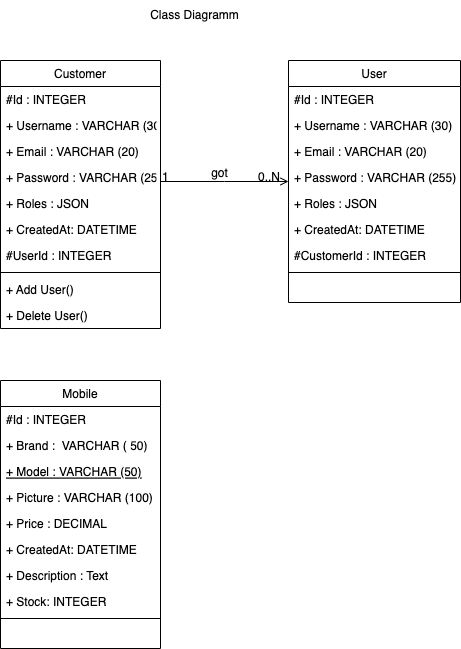
Before: _UML/Diagramme_de_classe_BileMo.drawio.png, a diagram exported from draw.io (Fossette7/bilemo). Source tidied: cells renumbered, new cells last; positions are measured from the earlier drawing's top-left corner, leaving out a move shared by most shapes. Its diagram source:
```xml
<mxGraphModel>
  <root>
    <mxCell id="0" />
    <mxCell id="1" parent="0" />
    <mxCell id="2" value="Customer" style="swimlane;fontStyle=0;align=center;verticalAlign=top;horizontal=1;startSize=26;rounded=0;shadow=0;strokeWidth=1;" parent="1" vertex="1">
      <mxGeometry y="60" width="160" height="268" as="geometry" />
    </mxCell>
    <mxCell id="3" value="#Id : INTEGER" style="text;align=left;verticalAlign=top;spacingLeft=4;spacingRight=4;overflow=hidden;" parent="2" vertex="1">
      <mxGeometry y="26" width="160" height="26" as="geometry" />
    </mxCell>
    <mxCell id="4" value="+ Username : VARCHAR (30)" style="text;align=left;verticalAlign=top;spacingLeft=4;spacingRight=4;overflow=hidden;rounded=0;shadow=0;html=0;" parent="2" vertex="1">
      <mxGeometry y="52" width="160" height="26" as="geometry" />
    </mxCell>
    <mxCell id="5" value="+ Email : VARCHAR (20)" style="text;align=left;verticalAlign=top;spacingLeft=4;spacingRight=4;overflow=hidden;rounded=0;shadow=0;html=0;" parent="2" vertex="1">
      <mxGeometry y="78" width="160" height="26" as="geometry" />
    </mxCell>
    <mxCell id="6" value="+ Password : VARCHAR (255)" style="text;align=left;verticalAlign=top;spacingLeft=4;spacingRight=4;overflow=hidden;" parent="2" vertex="1">
      <mxGeometry y="104" width="160" height="26" as="geometry" />
    </mxCell>
    <mxCell id="7" value="+ Roles : JSON" style="text;align=left;verticalAlign=top;spacingLeft=4;spacingRight=4;overflow=hidden;" parent="2" vertex="1">
      <mxGeometry y="130" width="160" height="26" as="geometry" />
    </mxCell>
    <mxCell id="8" value="+ CreatedAt: DATETIME" style="text;align=left;verticalAlign=top;spacingLeft=4;spacingRight=4;overflow=hidden;" parent="2" vertex="1">
      <mxGeometry y="156" width="160" height="26" as="geometry" />
    </mxCell>
    <mxCell id="9" value="#UserId : INTEGER" style="text;align=left;verticalAlign=top;spacingLeft=4;spacingRight=4;overflow=hidden;" parent="2" vertex="1">
      <mxGeometry y="182" width="160" height="26" as="geometry" />
    </mxCell>
    <mxCell id="10" style="line;html=1;strokeWidth=1;align=left;verticalAlign=middle;spacingTop=-1;spacingLeft=3;spacingRight=3;labelPosition=right;" parent="2" vertex="1">
      <mxGeometry y="208" width="160" height="8" as="geometry" />
    </mxCell>
    <mxCell id="11" value="+ Add User()" style="text;align=left;verticalAlign=top;spacingLeft=4;spacingRight=4;overflow=hidden;" parent="2" vertex="1">
      <mxGeometry y="216" width="160" height="26" as="geometry" />
    </mxCell>
    <mxCell id="12" value="+ Delete User()" style="text;align=left;verticalAlign=top;spacingLeft=4;spacingRight=4;overflow=hidden;" parent="2" vertex="1">
      <mxGeometry y="242" width="160" height="26" as="geometry" />
    </mxCell>
    <mxCell id="13" value="Mobile" style="swimlane;fontStyle=0;align=center;verticalAlign=top;horizontal=1;startSize=26;rounded=0;shadow=0;strokeWidth=1;" parent="1" vertex="1">
      <mxGeometry y="380" width="160" height="268" as="geometry" />
    </mxCell>
    <mxCell id="14" value="#Id : INTEGER" style="text;align=left;verticalAlign=top;spacingLeft=4;spacingRight=4;overflow=hidden;" parent="13" vertex="1">
      <mxGeometry y="26" width="160" height="26" as="geometry" />
    </mxCell>
    <mxCell id="15" value="+ Brand :  VARCHAR ( 50)" style="text;align=left;verticalAlign=top;spacingLeft=4;spacingRight=4;overflow=hidden;rounded=0;shadow=0;html=0;" parent="13" vertex="1">
      <mxGeometry y="52" width="160" height="26" as="geometry" />
    </mxCell>
    <mxCell id="16" value="+ Model : VARCHAR (50)" style="text;align=left;verticalAlign=top;spacingLeft=4;spacingRight=4;overflow=hidden;fontStyle=4;" parent="13" vertex="1">
      <mxGeometry y="78" width="160" height="26" as="geometry" />
    </mxCell>
    <mxCell id="17" value="+ Picture : VARCHAR (100)" style="text;align=left;verticalAlign=top;spacingLeft=4;spacingRight=4;overflow=hidden;" parent="13" vertex="1">
      <mxGeometry y="104" width="160" height="26" as="geometry" />
    </mxCell>
    <mxCell id="18" value="+ Price : DECIMAL" style="text;align=left;verticalAlign=top;spacingLeft=4;spacingRight=4;overflow=hidden;rounded=0;shadow=0;html=0;" parent="13" vertex="1">
      <mxGeometry y="130" width="160" height="26" as="geometry" />
    </mxCell>
    <mxCell id="19" value="+ CreatedAt: DATETIME" style="text;align=left;verticalAlign=top;spacingLeft=4;spacingRight=4;overflow=hidden;" parent="13" vertex="1">
      <mxGeometry y="156" width="160" height="26" as="geometry" />
    </mxCell>
    <mxCell id="20" value="+ Description : Text" style="text;align=left;verticalAlign=top;spacingLeft=4;spacingRight=4;overflow=hidden;" parent="13" vertex="1">
      <mxGeometry y="182" width="160" height="26" as="geometry" />
    </mxCell>
    <mxCell id="21" value="+ Stock: INTEGER" style="text;align=left;verticalAlign=top;spacingLeft=4;spacingRight=4;overflow=hidden;" parent="13" vertex="1">
      <mxGeometry y="208" width="160" height="26" as="geometry" />
    </mxCell>
    <mxCell id="22" value="&lt;br&gt;" style="line;html=1;strokeWidth=1;align=left;verticalAlign=middle;spacingTop=-1;spacingLeft=3;spacingRight=3;labelPosition=right;" parent="13" vertex="1">
      <mxGeometry y="234" width="160" height="8" as="geometry" />
    </mxCell>
    <mxCell id="23" value="User" style="swimlane;fontStyle=0;align=center;verticalAlign=top;horizontal=1;startSize=26;rounded=0;shadow=0;strokeWidth=1;" parent="1" vertex="1">
      <mxGeometry x="288" y="60" width="172" height="242" as="geometry" />
    </mxCell>
    <mxCell id="24" value="#Id : INTEGER" style="text;align=left;verticalAlign=top;spacingLeft=4;spacingRight=4;overflow=hidden;" parent="23" vertex="1">
      <mxGeometry y="26" width="172" height="26" as="geometry" />
    </mxCell>
    <mxCell id="25" value="+ Username : VARCHAR (30)" style="text;align=left;verticalAlign=top;spacingLeft=4;spacingRight=4;overflow=hidden;" parent="23" vertex="1">
      <mxGeometry y="52" width="172" height="26" as="geometry" />
    </mxCell>
    <mxCell id="26" value="+ Email : VARCHAR (20)" style="text;align=left;verticalAlign=top;spacingLeft=4;spacingRight=4;overflow=hidden;rounded=0;shadow=0;html=0;" parent="23" vertex="1">
      <mxGeometry y="78" width="172" height="26" as="geometry" />
    </mxCell>
    <mxCell id="27" value="+ Password : VARCHAR (255)" style="text;align=left;verticalAlign=top;spacingLeft=4;spacingRight=4;overflow=hidden;rounded=0;shadow=0;html=0;" parent="23" vertex="1">
      <mxGeometry y="104" width="172" height="26" as="geometry" />
    </mxCell>
    <mxCell id="28" value="+ Roles : JSON" style="text;align=left;verticalAlign=top;spacingLeft=4;spacingRight=4;overflow=hidden;rounded=0;shadow=0;html=0;" parent="23" vertex="1">
      <mxGeometry y="130" width="172" height="26" as="geometry" />
    </mxCell>
    <mxCell id="29" value="+ CreatedAt: DATETIME" style="text;align=left;verticalAlign=top;spacingLeft=4;spacingRight=4;overflow=hidden;rounded=0;shadow=0;html=0;" parent="23" vertex="1">
      <mxGeometry y="156" width="172" height="26" as="geometry" />
    </mxCell>
    <mxCell id="30" value="#CustomerId : INTEGER" style="text;align=left;verticalAlign=top;spacingLeft=4;spacingRight=4;overflow=hidden;rounded=0;shadow=0;html=0;" parent="23" vertex="1">
      <mxGeometry y="182" width="172" height="26" as="geometry" />
    </mxCell>
    <mxCell id="31" style="line;html=1;strokeWidth=1;align=left;verticalAlign=middle;spacingTop=-1;spacingLeft=3;spacingRight=3;labelPosition=right;" parent="23" vertex="1">
      <mxGeometry y="208" width="172" height="8" as="geometry" />
    </mxCell>
    <mxCell id="32" style="endArrow=open;shadow=0;strokeWidth=1;rounded=0;endFill=1;edgeStyle=elbowEdgeStyle;elbow=vertical;" parent="1" edge="1" source="2" target="23">
      <mxGeometry x="0.5" y="41" relative="1" as="geometry">
        <mxPoint x="-40" y="32" as="offset" />
      </mxGeometry>
    </mxCell>
    <mxCell id="33" value="1" style="align=left;verticalAlign=bottom;labelBackgroundColor=none;fontSize=12;" parent="32" vertex="1">
      <mxGeometry x="-1" relative="1" as="geometry">
        <mxPoint y="4" as="offset" />
      </mxGeometry>
    </mxCell>
    <mxCell id="34" value="0..N" style="align=right;verticalAlign=bottom;labelBackgroundColor=none;fontSize=12;" parent="32" vertex="1">
      <mxGeometry x="1" relative="1" as="geometry">
        <mxPoint x="-7" y="4" as="offset" />
      </mxGeometry>
    </mxCell>
    <mxCell id="35" value="got" style="text;html=1;align=center;verticalAlign=middle;labelBackgroundColor=none;rounded=0;shadow=0;strokeWidth=1;fontSize=12;" parent="32" vertex="1">
      <mxGeometry x="0.5" y="49" relative="1" as="geometry">
        <mxPoint x="-38" y="40" as="offset" />
      </mxGeometry>
    </mxCell>
    <mxCell id="36" value="Class Diagramm" style="text;html=1;align=center;verticalAlign=middle;strokeColor=none;fillColor=none;" parent="1" vertex="1">
      <mxGeometry x="139" width="110" height="30" as="geometry" />
    </mxCell>
  </root>
</mxGraphModel>
```
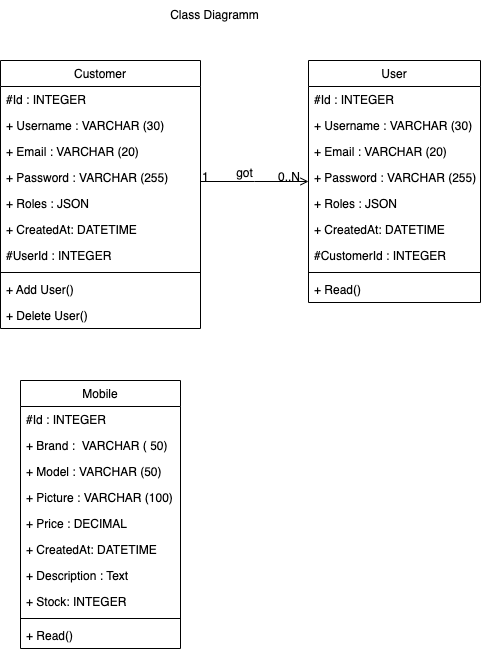
After the change.

What changed in the source:
```diff
@@ -3,37 +3,37 @@
     <mxCell id="0" />
     <mxCell id="1" parent="0" />
     <mxCell id="2" value="Customer" style="swimlane;fontStyle=0;align=center;verticalAlign=top;horizontal=1;startSize=26;rounded=0;shadow=0;strokeWidth=1;" parent="1" vertex="1">
-      <mxGeometry y="60" width="160" height="268" as="geometry" />
+      <mxGeometry x="-20" y="60" width="200" height="268" as="geometry" />
     </mxCell>
     <mxCell id="3" value="#Id : INTEGER" style="text;align=left;verticalAlign=top;spacingLeft=4;spacingRight=4;overflow=hidden;" parent="2" vertex="1">
-      <mxGeometry y="26" width="160" height="26" as="geometry" />
+      <mxGeometry y="26" width="200" height="26" as="geometry" />
     </mxCell>
     <mxCell id="4" value="+ Username : VARCHAR (30)" style="text;align=left;verticalAlign=top;spacingLeft=4;spacingRight=4;overflow=hidden;rounded=0;shadow=0;html=0;" parent="2" vertex="1">
-      <mxGeometry y="52" width="160" height="26" as="geometry" />
+      <mxGeometry y="52" width="200" height="26" as="geometry" />
     </mxCell>
     <mxCell id="5" value="+ Email : VARCHAR (20)" style="text;align=left;verticalAlign=top;spacingLeft=4;spacingRight=4;overflow=hidden;rounded=0;shadow=0;html=0;" parent="2" vertex="1">
-      <mxGeometry y="78" width="160" height="26" as="geometry" />
+      <mxGeometry y="78" width="200" height="26" as="geometry" />
     </mxCell>
     <mxCell id="6" value="+ Password : VARCHAR (255)" style="text;align=left;verticalAlign=top;spacingLeft=4;spacingRight=4;overflow=hidden;" parent="2" vertex="1">
-      <mxGeometry y="104" width="160" height="26" as="geometry" />
+      <mxGeometry y="104" width="200" height="26" as="geometry" />
     </mxCell>
     <mxCell id="7" value="+ Roles : JSON" style="text;align=left;verticalAlign=top;spacingLeft=4;spacingRight=4;overflow=hidden;" parent="2" vertex="1">
-      <mxGeometry y="130" width="160" height="26" as="geometry" />
+      <mxGeometry y="130" width="200" height="26" as="geometry" />
     </mxCell>
     <mxCell id="8" value="+ CreatedAt: DATETIME" style="text;align=left;verticalAlign=top;spacingLeft=4;spacingRight=4;overflow=hidden;" parent="2" vertex="1">
-      <mxGeometry y="156" width="160" height="26" as="geometry" />
+      <mxGeometry y="156" width="200" height="26" as="geometry" />
     </mxCell>
     <mxCell id="9" value="#UserId : INTEGER" style="text;align=left;verticalAlign=top;spacingLeft=4;spacingRight=4;overflow=hidden;" parent="2" vertex="1">
-      <mxGeometry y="182" width="160" height="26" as="geometry" />
+      <mxGeometry y="182" width="200" height="26" as="geometry" />
     </mxCell>
     <mxCell id="10" style="line;html=1;strokeWidth=1;align=left;verticalAlign=middle;spacingTop=-1;spacingLeft=3;spacingRight=3;labelPosition=right;" parent="2" vertex="1">
-      <mxGeometry y="208" width="160" height="8" as="geometry" />
+      <mxGeometry y="208" width="200" height="8" as="geometry" />
     </mxCell>
     <mxCell id="11" value="+ Add User()" style="text;align=left;verticalAlign=top;spacingLeft=4;spacingRight=4;overflow=hidden;" parent="2" vertex="1">
-      <mxGeometry y="216" width="160" height="26" as="geometry" />
+      <mxGeometry y="216" width="200" height="26" as="geometry" />
     </mxCell>
     <mxCell id="12" value="+ Delete User()" style="text;align=left;verticalAlign=top;spacingLeft=4;spacingRight=4;overflow=hidden;" parent="2" vertex="1">
-      <mxGeometry y="242" width="160" height="26" as="geometry" />
+      <mxGeometry y="242" width="200" height="26" as="geometry" />
     </mxCell>
     <mxCell id="13" value="Mobile" style="swimlane;fontStyle=0;align=center;verticalAlign=top;horizontal=1;startSize=26;rounded=0;shadow=0;strokeWidth=1;" parent="1" vertex="1">
       <mxGeometry y="380" width="160" height="268" as="geometry" />
@@ -44,7 +44,7 @@
     <mxCell id="15" value="+ Brand :  VARCHAR ( 50)" style="text;align=left;verticalAlign=top;spacingLeft=4;spacingRight=4;overflow=hidden;rounded=0;shadow=0;html=0;" parent="13" vertex="1">
       <mxGeometry y="52" width="160" height="26" as="geometry" />
     </mxCell>
-    <mxCell id="16" value="+ Model : VARCHAR (50)" style="text;align=left;verticalAlign=top;spacingLeft=4;spacingRight=4;overflow=hidden;fontStyle=4;" parent="13" vertex="1">
+    <mxCell id="16" value="+ Model : VARCHAR (50)" style="text;align=left;verticalAlign=top;spacingLeft=4;spacingRight=4;overflow=hidden;fontStyle=0;" parent="13" vertex="1">
       <mxGeometry y="78" width="160" height="26" as="geometry" />
     </mxCell>
     <mxCell id="17" value="+ Picture : VARCHAR (100)" style="text;align=left;verticalAlign=top;spacingLeft=4;spacingRight=4;overflow=hidden;" parent="13" vertex="1">
@@ -65,6 +65,9 @@
     <mxCell id="22" value="&lt;br&gt;" style="line;html=1;strokeWidth=1;align=left;verticalAlign=middle;spacingTop=-1;spacingLeft=3;spacingRight=3;labelPosition=right;" parent="13" vertex="1">
       <mxGeometry y="234" width="160" height="8" as="geometry" />
     </mxCell>
+    <mxCell id="37" value="+ Read()" style="text;align=left;verticalAlign=top;spacingLeft=4;spacingRight=4;overflow=hidden;" parent="13" vertex="1">
+      <mxGeometry y="242" width="160" height="26" as="geometry" />
+    </mxCell>
     <mxCell id="23" value="User" style="swimlane;fontStyle=0;align=center;verticalAlign=top;horizontal=1;startSize=26;rounded=0;shadow=0;strokeWidth=1;" parent="1" vertex="1">
       <mxGeometry x="288" y="60" width="172" height="242" as="geometry" />
     </mxCell>
@@ -92,6 +95,9 @@
     <mxCell id="31" style="line;html=1;strokeWidth=1;align=left;verticalAlign=middle;spacingTop=-1;spacingLeft=3;spacingRight=3;labelPosition=right;" parent="23" vertex="1">
       <mxGeometry y="208" width="172" height="8" as="geometry" />
     </mxCell>
+    <mxCell id="38" value="+ Read()" style="text;align=left;verticalAlign=top;spacingLeft=4;spacingRight=4;overflow=hidden;rounded=0;shadow=0;html=0;" parent="23" vertex="1">
+      <mxGeometry y="216" width="172" height="26" as="geometry" />
+    </mxCell>
     <mxCell id="32" style="endArrow=open;shadow=0;strokeWidth=1;rounded=0;endFill=1;edgeStyle=elbowEdgeStyle;elbow=vertical;" parent="1" edge="1" source="2" target="23">
       <mxGeometry x="0.5" y="41" relative="1" as="geometry">
         <mxPoint x="-40" y="32" as="offset" />
```
